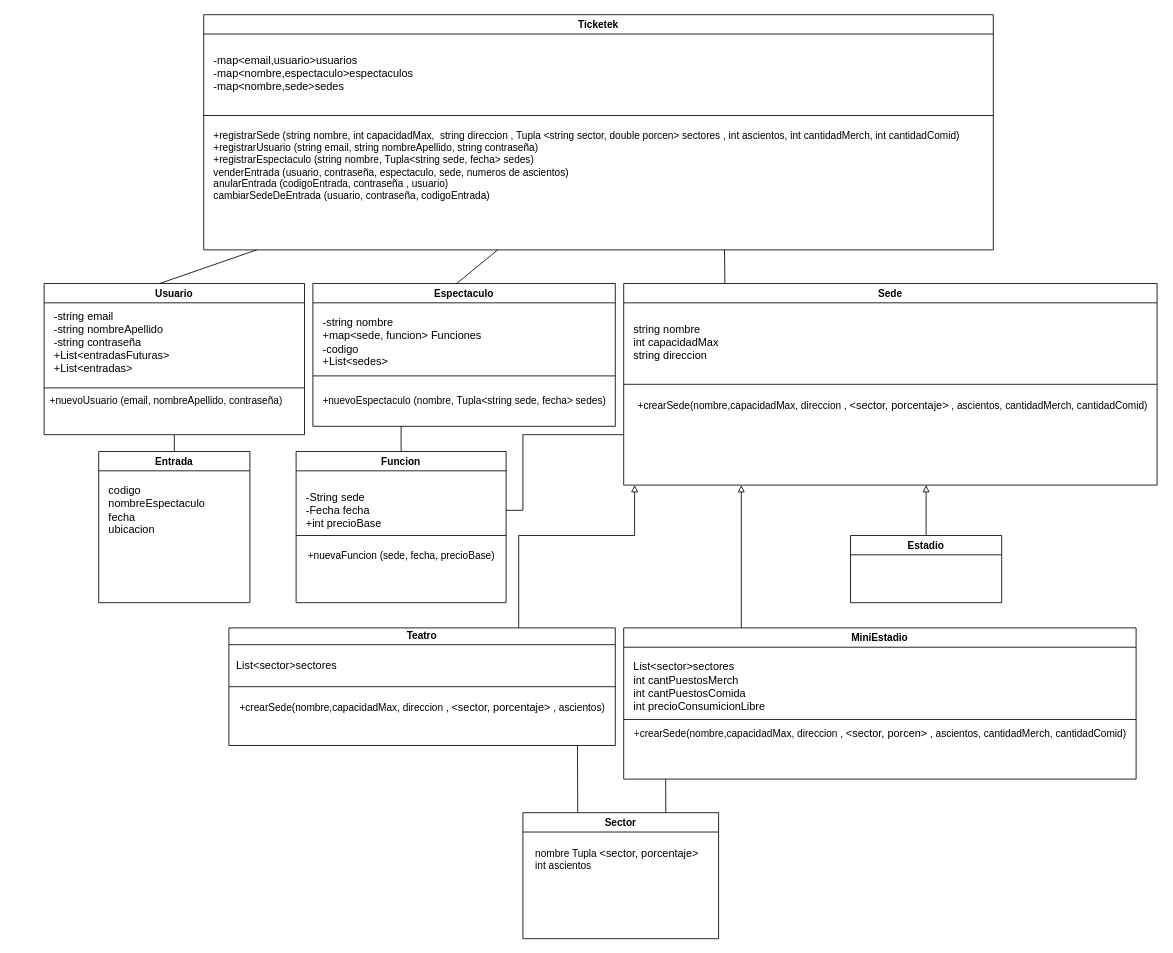
This is src/TPprog2.drawio from MarianoRada/TP-progra-2, a draw.io file, before an edit. Source tidied: cells renumbered, new cells numbered last; positions are measured from the earlier drawing's top-left corner, leaving out a move shared by most shapes. Both pictures are drawn from the tidied source at 84%, with x=0, y=0 at pixel (39, 14).
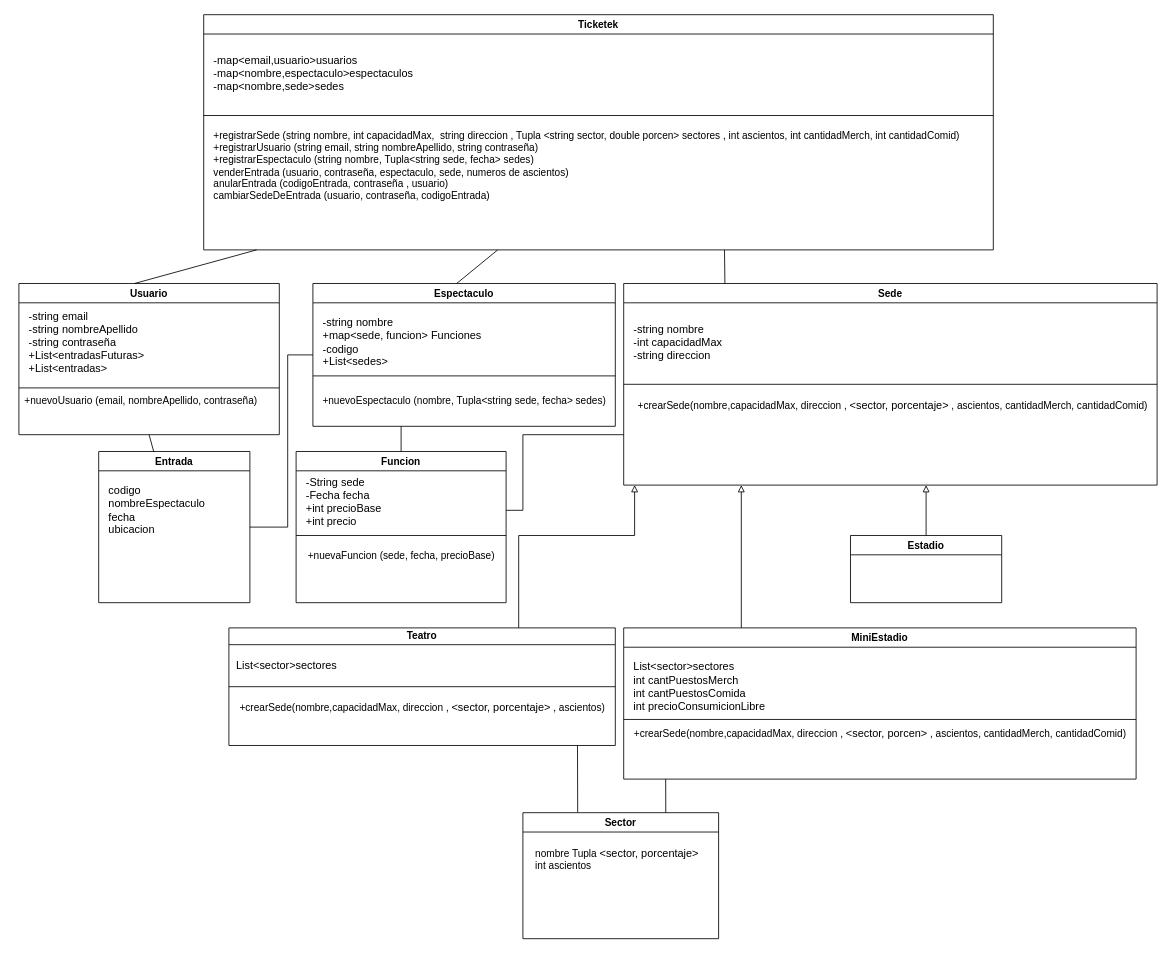
The same page after the edit.

The change refers to these unchanged cells:
```xml
<mxCell id="11" value="Sede" style="swimlane;whiteSpace=wrap;html=1;fillStyle=auto;rounded=0;glass=0;shadow=0;swimlaneLine=1;startSize=23;" parent="1" vertex="1">
  <mxGeometry x="695" y="320" width="635" height="240" as="geometry" />
</mxCell>
<mxCell id="27" value="Entrada" style="swimlane;whiteSpace=wrap;html=1;fillStyle=auto;rounded=0;glass=0;shadow=0;swimlaneLine=1;" parent="1" vertex="1">
  <mxGeometry x="70" y="520" width="180" height="180" as="geometry" />
</mxCell>
<mxCell id="30" value="Espectaculo" style="swimlane;whiteSpace=wrap;html=1;fillStyle=auto;rounded=0;glass=0;shadow=0;swimlaneLine=1;" parent="1" vertex="1">
  <mxGeometry x="325" y="320" width="360" height="170" as="geometry" />
</mxCell>
<mxCell id="33" value="Funcion" style="swimlane;whiteSpace=wrap;html=1;fillStyle=auto;rounded=0;glass=0;shadow=0;swimlaneLine=1;" parent="1" vertex="1">
  <mxGeometry x="305" y="520" width="250" height="180" as="geometry" />
</mxCell>
```

Change to the diagram source:
```diff
@@
     <mxCell id="2" value="Usuario" style="swimlane;whiteSpace=wrap;html=1;fillStyle=auto;rounded=0;glass=0;shadow=0;swimlaneLine=1;" parent="1" vertex="1">
-      <mxGeometry x="5" y="320" width="310" height="180" as="geometry" />
+      <mxGeometry x="-25" y="320" width="310" height="180" as="geometry" />
     </mxCell>
@@
-    <mxCell id="12" value="&lt;div&gt;&lt;span style=&quot;font-size: 13px;&quot;&gt;string nombre&lt;/span&gt;&lt;/div&gt;&lt;div&gt;&lt;span style=&quot;font-size: 13px;&quot;&gt;int capacidadMax&lt;/span&gt;&lt;/div&gt;&lt;div&gt;&lt;span style=&quot;font-size: 13px;&quot;&gt;string direccion&lt;/span&gt;&lt;/div&gt;" style="text;html=1;align=left;verticalAlign=middle;strokeColor=none;fillColor=none;" parent="11" vertex="1">
-      <mxGeometry x="10" y="40" width="120" height="60" as="geometry" />
+    <mxCell id="12" value="&lt;div&gt;&lt;span style=&quot;font-size: 13px;&quot;&gt;-string nombre&lt;/span&gt;&lt;/div&gt;&lt;div&gt;&lt;span style=&quot;font-size: 13px;&quot;&gt;-int capacidadMax&lt;/span&gt;&lt;/div&gt;&lt;div&gt;&lt;span style=&quot;font-size: 13px;&quot;&gt;-string direccion&lt;/span&gt;&lt;/div&gt;" style="text;html=1;align=left;verticalAlign=middle;strokeColor=none;fillColor=none;" parent="11" vertex="1">
+      <mxGeometry x="10" y="40" width="130" height="60" as="geometry" />
     </mxCell>
@@
-    <mxCell id="34" value="&lt;div&gt;&lt;span style=&quot;font-size: 13px; background-color: transparent; color: light-dark(rgb(0, 0, 0), rgb(255, 255, 255));&quot;&gt;-String sede&lt;/span&gt;&lt;/div&gt;&lt;div&gt;&lt;span style=&quot;font-size: 13px; background-color: transparent; color: light-dark(rgb(0, 0, 0), rgb(255, 255, 255));&quot;&gt;-Fecha fecha&lt;/span&gt;&lt;/div&gt;&lt;div&gt;&lt;span style=&quot;font-size: 13px; background-color: transparent; color: light-dark(rgb(0, 0, 0), rgb(255, 255, 255));&quot;&gt;+int precioBase&lt;/span&gt;&lt;/div&gt;" style="text;html=1;align=left;verticalAlign=middle;strokeColor=none;fillColor=none;" parent="33" vertex="1">
-      <mxGeometry x="10" y="40" width="110" height="60" as="geometry" />
+    <mxCell id="34" value="&lt;div&gt;&lt;span style=&quot;font-size: 13px; background-color: transparent; color: light-dark(rgb(0, 0, 0), rgb(255, 255, 255));&quot;&gt;-String sede&lt;/span&gt;&lt;/div&gt;&lt;div&gt;&lt;span style=&quot;font-size: 13px; background-color: transparent; color: light-dark(rgb(0, 0, 0), rgb(255, 255, 255));&quot;&gt;-Fecha fecha&lt;/span&gt;&lt;/div&gt;&lt;div&gt;&lt;span style=&quot;font-size: 13px; background-color: transparent; color: light-dark(rgb(0, 0, 0), rgb(255, 255, 255));&quot;&gt;+int precioBase&lt;/span&gt;&lt;/div&gt;&lt;div&gt;&lt;span style=&quot;font-size: 13px; background-color: transparent; color: light-dark(rgb(0, 0, 0), rgb(255, 255, 255));&quot;&gt;+int precio&lt;/span&gt;&lt;/div&gt;" style="text;html=1;align=left;verticalAlign=middle;strokeColor=none;fillColor=none;" parent="33" vertex="1">
+      <mxGeometry x="10" y="20" width="110" height="80" as="geometry" />
     </mxCell>
@@
+    <mxCell id="47" style="endArrow=none;html=1;rounded=0;exitX=1;exitY=0.5;exitDx=0;exitDy=0;entryX=0;entryY=0.5;entryDx=0;entryDy=0;" parent="1" edge="1" source="27" target="30">
+      <mxGeometry relative="1" as="geometry">
+        <Array as="points">
+          <mxPoint x="295" y="610" />
+          <mxPoint x="295" y="405" />
+        </Array>
+      </mxGeometry>
+    </mxCell>
```
